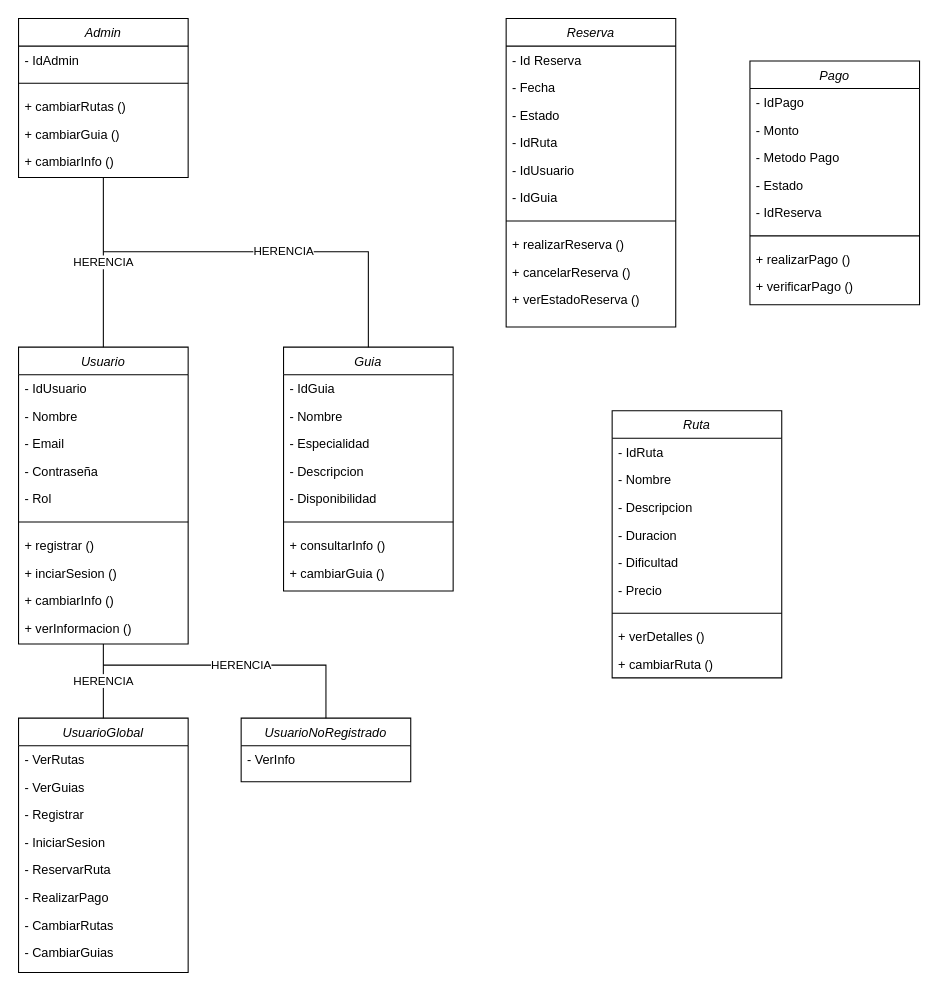
Above: Diagrama sin título.drawio in sebasalegon/Proyecto-grupal-1-EDD (draw.io), before the change. Source tidied: cells renumbered, new cells numbered last; positions are measured from the earlier drawing's top-left corner, leaving out a move shared by most shapes. Both pictures are drawn from the tidied source at 106%, with x=0, y=0 at pixel (18, 18).
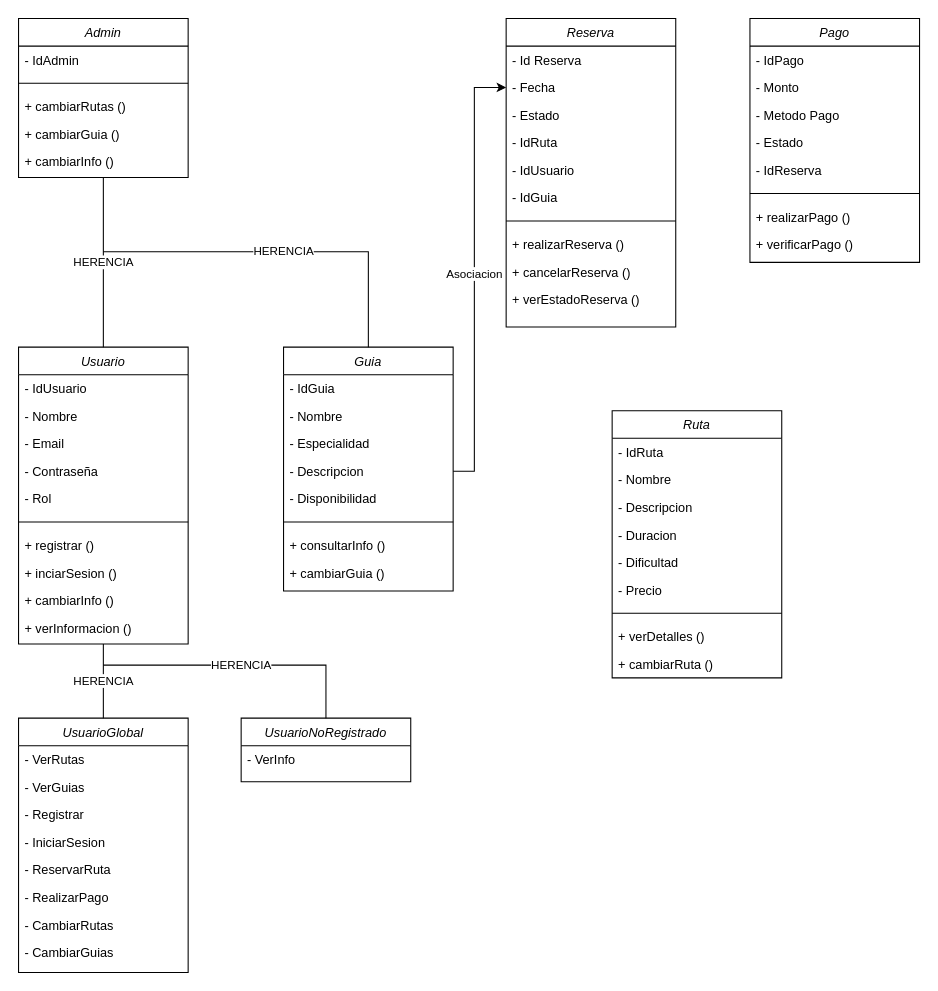
Above is the later version.

Unchanged cells that the change refers to:
```xml
<mxCell id="27" value="- Descripcion" style="text;align=left;verticalAlign=top;spacingLeft=4;spacingRight=4;overflow=hidden;points=[[0,0.5],[1,0.5]];portConstraint=eastwest;rounded=0;shadow=0;html=0;" parent="23" vertex="1">
  <mxGeometry y="104" width="160" height="26" as="geometry" />
</mxCell>
<mxCell id="34" value="- Fecha" style="text;align=left;verticalAlign=top;spacingLeft=4;spacingRight=4;overflow=hidden;points=[[0,0.5],[1,0.5]];portConstraint=eastwest;rounded=0;shadow=0;html=0;" parent="32" vertex="1">
  <mxGeometry y="52" width="160" height="26" as="geometry" />
</mxCell>
```

The edit, as a diff of the source:
```diff
@@
     <mxCell id="43" value="Pago" style="swimlane;fontStyle=2;align=center;verticalAlign=top;horizontal=1;startSize=26;rounded=0;shadow=0;strokeWidth=1;" parent="1" vertex="1">
-      <mxGeometry x="690" y="40" width="160" height="230" as="geometry" />
+      <mxGeometry x="690" width="160" height="230" as="geometry" />
     </mxCell>
@@
+    <mxCell id="73" value="Asociacion" style="edgeStyle=orthogonalEdgeStyle;rounded=0;jettySize=auto;html=1;exitX=1;exitY=0.5;exitDx=0;exitDy=0;entryX=0;entryY=0.5;entryDx=0;entryDy=0;" parent="1" edge="1" source="27" target="34">
+      <mxGeometry relative="1" as="geometry">
+        <Array as="points">
+          <mxPoint x="430" y="427" />
+          <mxPoint x="430" y="65" />
+        </Array>
+      </mxGeometry>
+    </mxCell>
```
